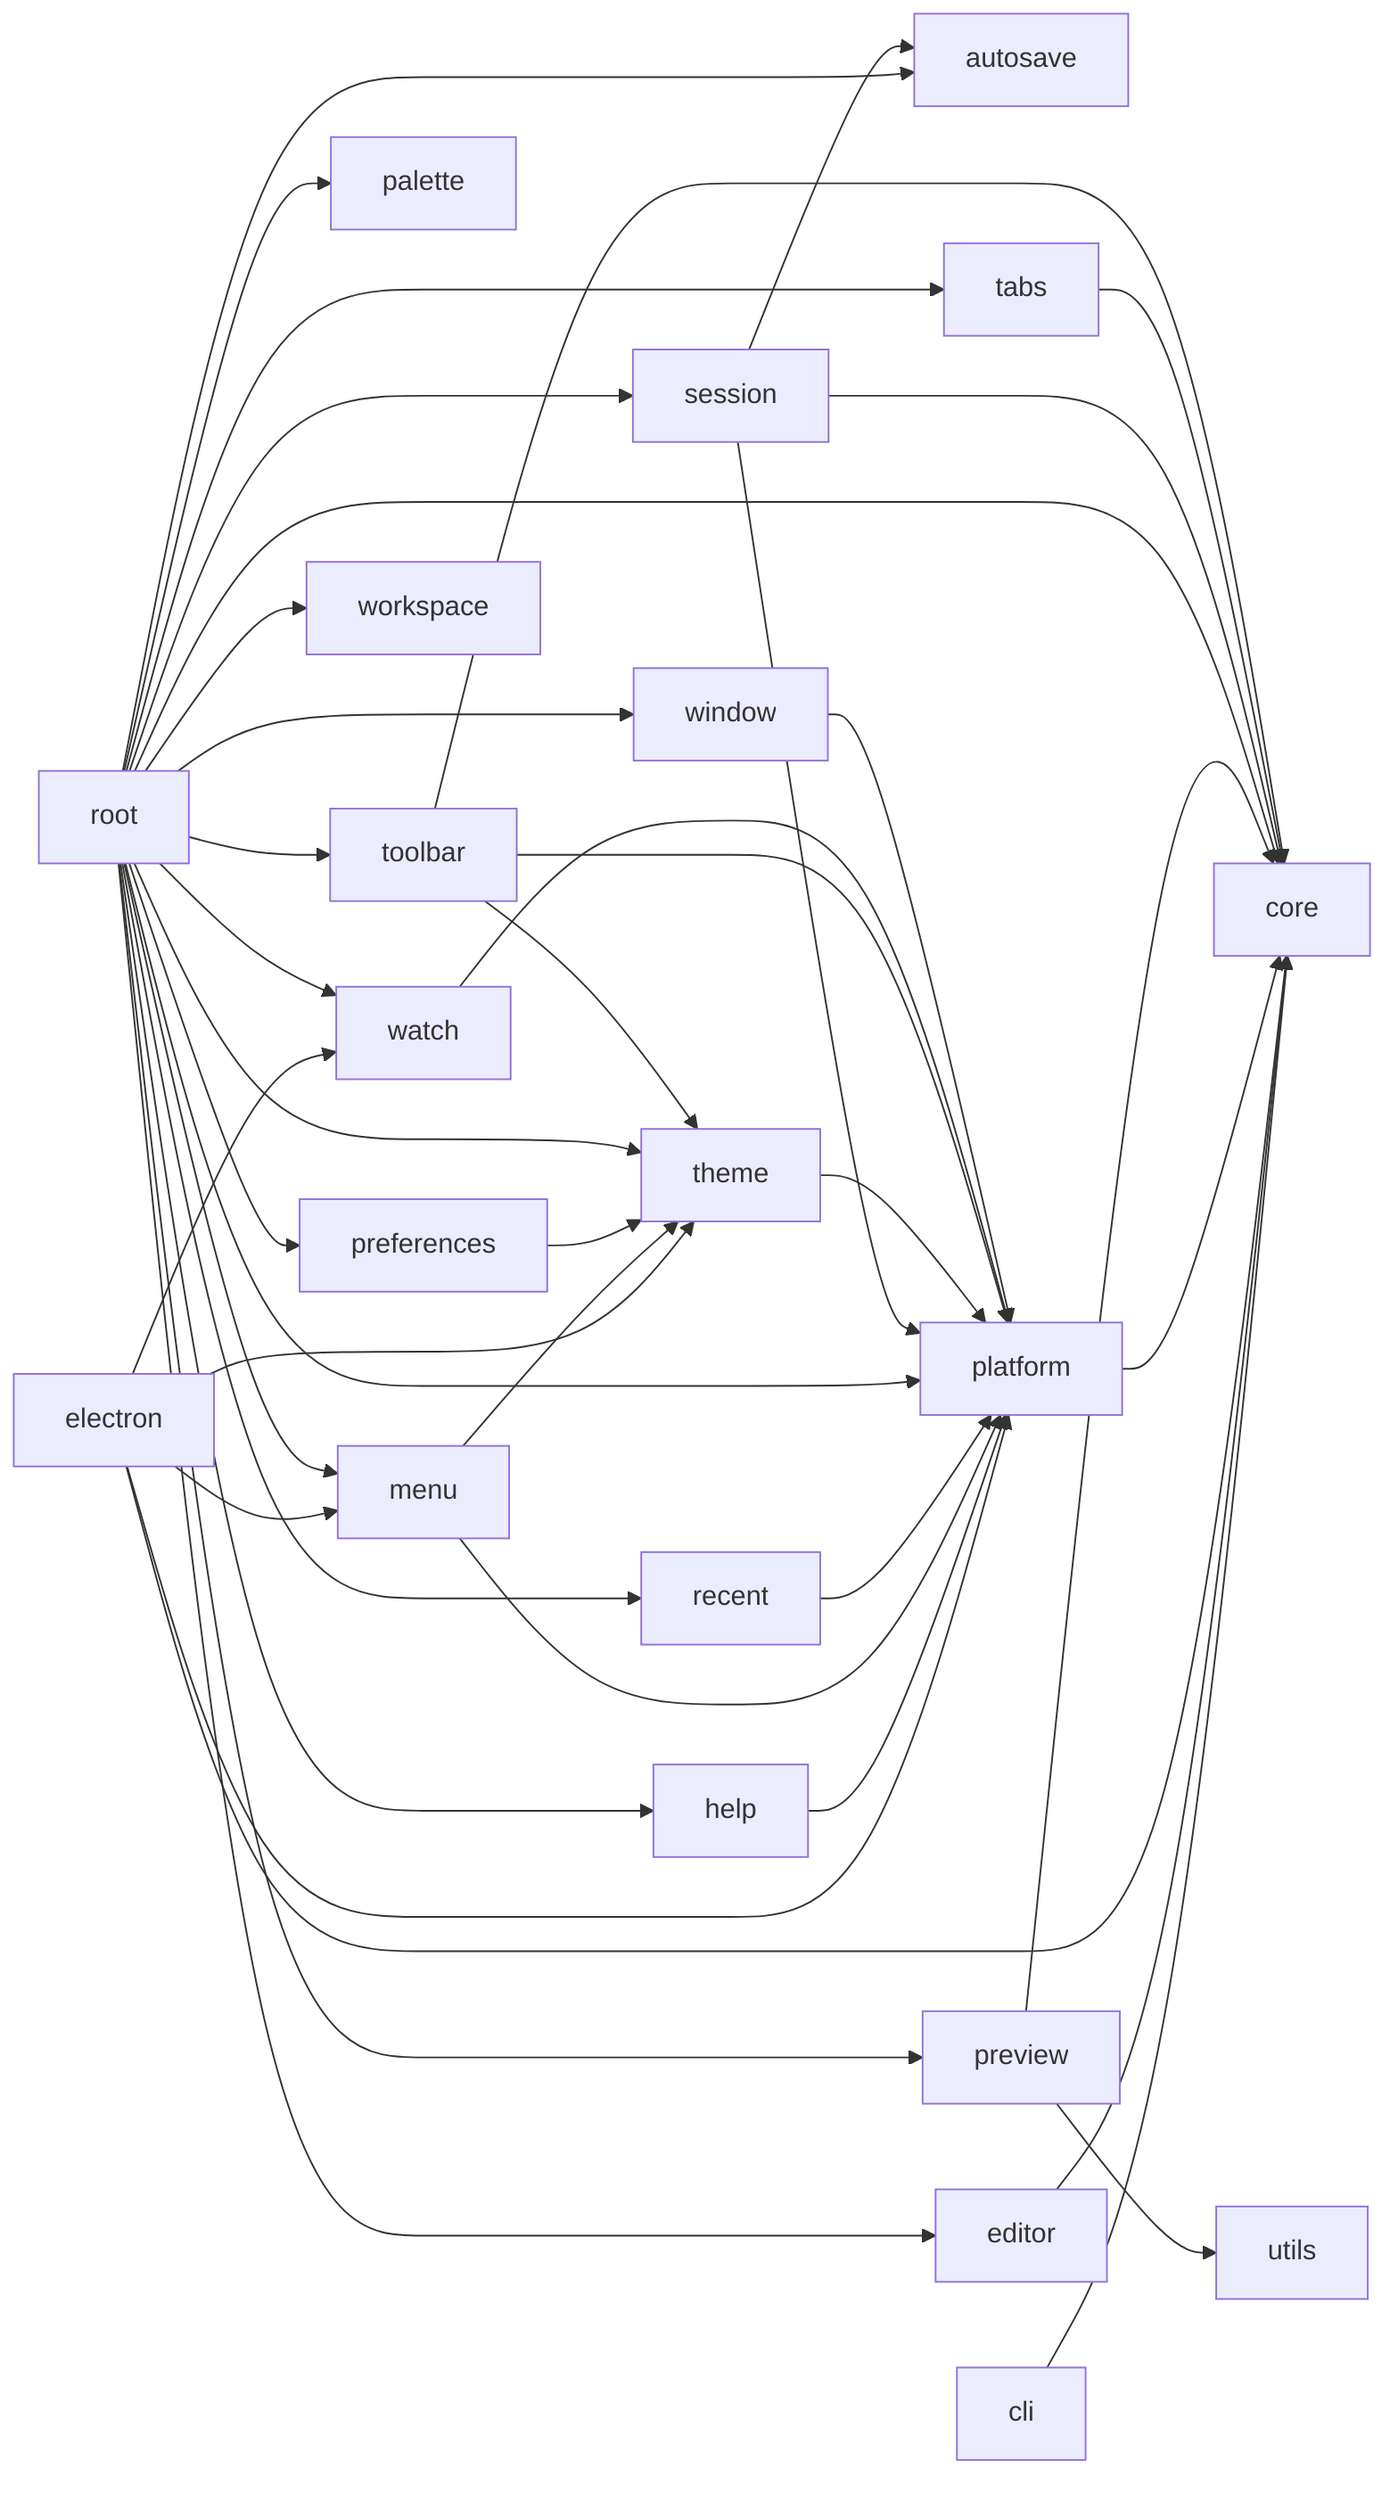
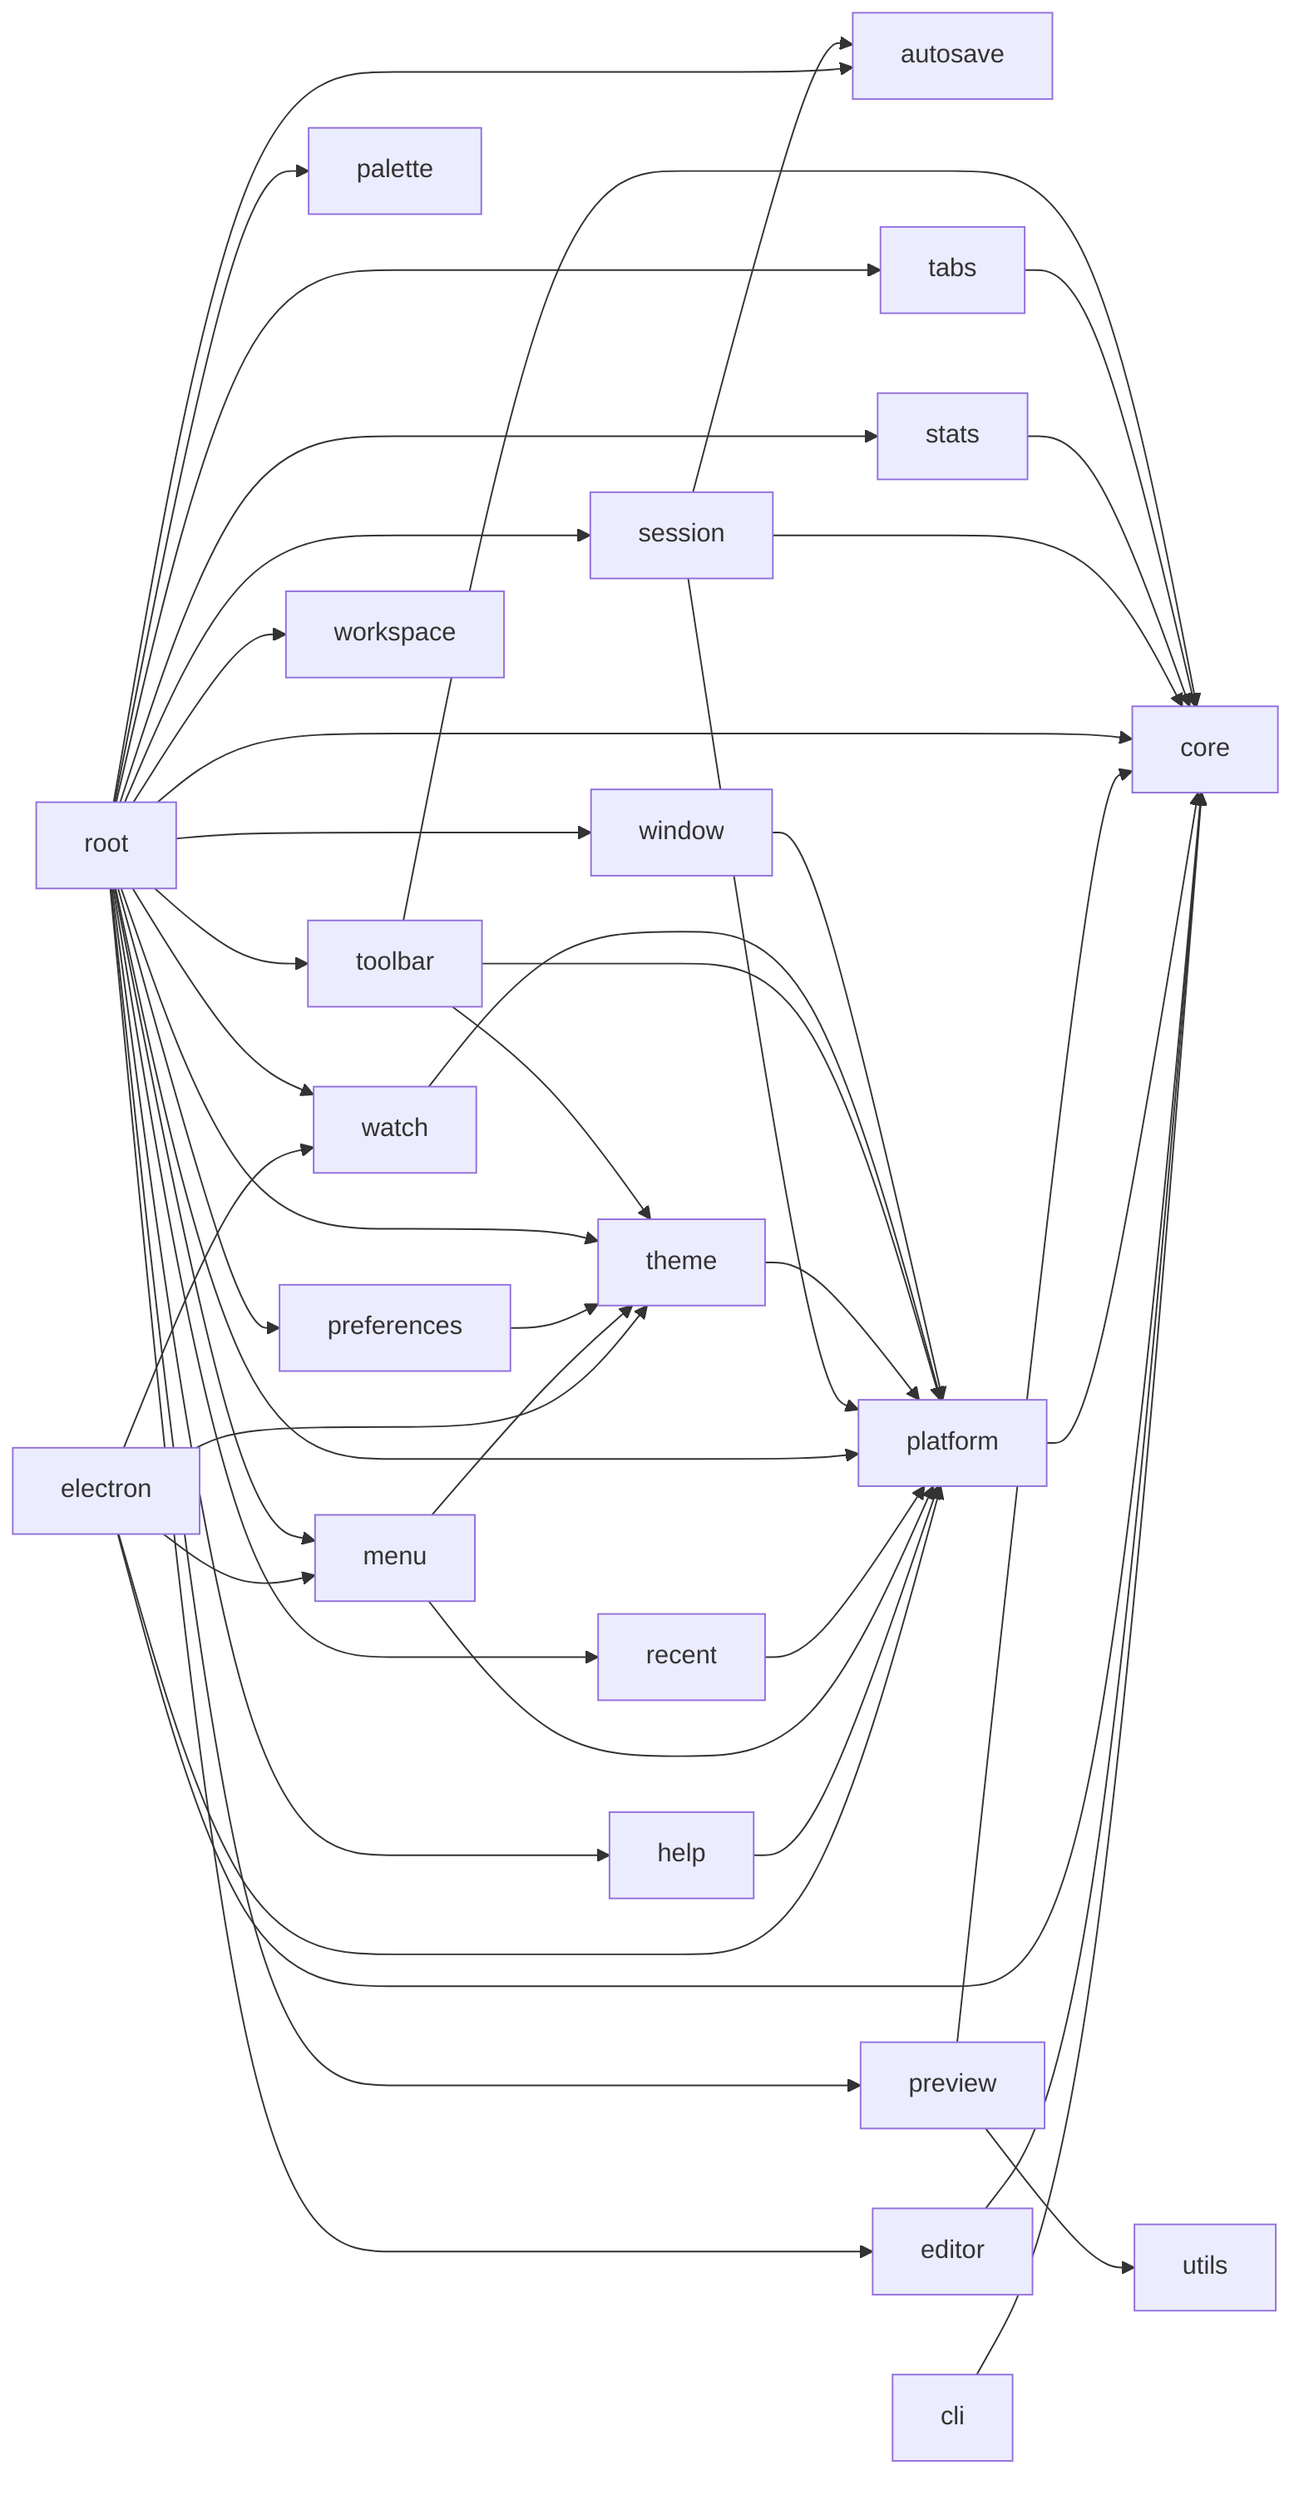
graph LR
  autosave["autosave"]
  cli["cli"]
  core["core"]
  editor["editor"]
  electron["electron"]
  help["help"]
  menu["menu"]
  palette["palette"]
  platform["platform"]
  preferences["preferences"]
  preview["preview"]
  recent["recent"]
  root["root"]
  session["session"]
+   stats["stats"]
  tabs["tabs"]
  theme["theme"]
  toolbar["toolbar"]
  utils["utils"]
  watch["watch"]
  window["window"]
  workspace["workspace"]
  cli --> core
  editor --> core
  electron --> core
  electron --> menu
  electron --> platform
  electron --> theme
  electron --> watch
  help --> platform
  menu --> platform
  menu --> theme
  platform --> core
  preferences --> theme
  preview --> core
  preview --> utils
  recent --> platform
  root --> autosave
  root --> core
  root --> editor
  root --> help
  root --> menu
  root --> palette
  root --> platform
  root --> preferences
  root --> preview
  root --> recent
  root --> session
+   root --> stats
  root --> tabs
  root --> theme
  root --> toolbar
  root --> watch
  root --> window
  root --> workspace
  session --> autosave
  session --> core
  session --> platform
+   stats --> core
  tabs --> core
  theme --> platform
  toolbar --> core
  toolbar --> platform
  toolbar --> theme
  watch --> platform
  window --> platform
